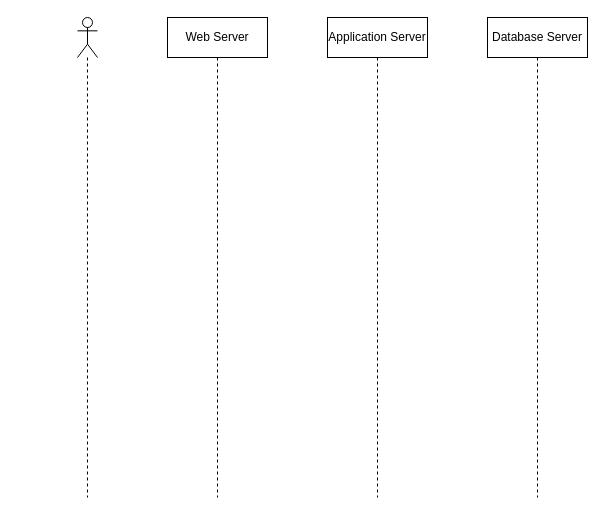
The draw.io diagram page "View Forum" (3 of 4) of user-search-recipe-seq.drawio in mnanwarmz/fyp-diagrams, before the edit. Source tidied: cells renumbered, new cells numbered last; positions are measured from the earlier drawing's top-left corner, leaving out a move shared by most shapes. Both pictures are drawn from the tidied source at 100%, with x=0, y=0 at pixel (77, 17).
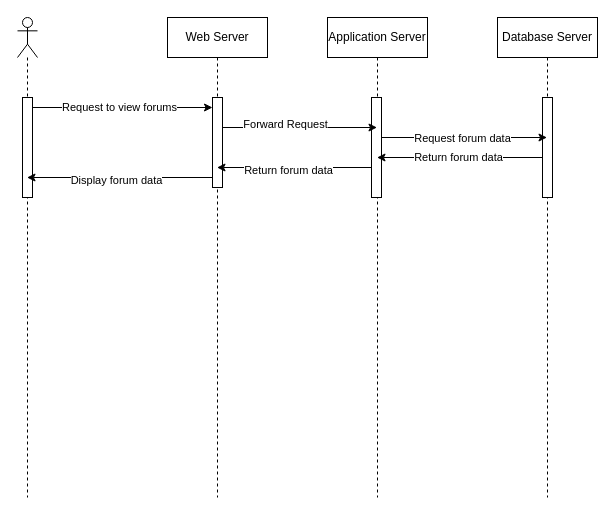
Above is the later version.

The change refers to these unchanged cells:
```xml
<mxCell id="3" value="Web Server" style="shape=umlLifeline;perimeter=lifelinePerimeter;whiteSpace=wrap;html=1;outlineConnect=0;" parent="1" vertex="1">
  <mxGeometry x="90" width="100" height="480" as="geometry" />
</mxCell>
<mxCell id="4" value="Application Server" style="shape=umlLifeline;perimeter=lifelinePerimeter;whiteSpace=wrap;html=1;outlineConnect=0;" parent="1" vertex="1">
  <mxGeometry x="250" width="100" height="480" as="geometry" />
</mxCell>
```

The edit, as a diff of the source:
```diff
@@
-    <mxCell id="2" style="shape=umlLifeline;participant=umlActor;perimeter=lifelinePerimeter;whiteSpace=wrap;html=1;verticalAlign=top;spacingTop=36;" parent="1" vertex="1">
-      <mxGeometry width="20" height="480" as="geometry" />
-    </mxCell>
+    <mxCell id="6" style="shape=umlLifeline;participant=umlActor;perimeter=lifelinePerimeter;whiteSpace=wrap;html=1;verticalAlign=top;spacingTop=36;outlineConnect=0;" parent="1" vertex="1">
+      <mxGeometry x="-60" width="20" height="480" as="geometry" />
+    </mxCell>
+    <mxCell id="7" style="html=1;points=[];perimeter=orthogonalPerimeter;" parent="6" vertex="1">
+      <mxGeometry x="5" y="80" width="10" height="100" as="geometry" />
+    </mxCell>
@@
+    <mxCell id="8" style="html=1;points=[];perimeter=orthogonalPerimeter;" parent="3" vertex="1">
+      <mxGeometry x="45" y="80" width="10" height="90" as="geometry" />
+    </mxCell>
@@
+    <mxCell id="9" style="html=1;points=[];perimeter=orthogonalPerimeter;" parent="4" vertex="1">
+      <mxGeometry x="44" y="80" width="10" height="100" as="geometry" />
+    </mxCell>
     <mxCell id="5" value="Database Server" style="shape=umlLifeline;perimeter=lifelinePerimeter;whiteSpace=wrap;html=1;outlineConnect=0;" parent="1" vertex="1">
-      <mxGeometry x="410" width="100" height="480" as="geometry" />
+      <mxGeometry x="420" width="100" height="480" as="geometry" />
     </mxCell>
+    <mxCell id="10" style="html=1;points=[];perimeter=orthogonalPerimeter;" parent="5" vertex="1">
+      <mxGeometry x="45" y="80" width="10" height="100" as="geometry" />
+    </mxCell>
+    <mxCell id="11" style="edgeStyle=none;html=1;" parent="1" edge="1" source="7" target="8">
+      <mxGeometry relative="1" as="geometry">
+        <Array as="points">
+          <mxPoint x="60" y="90" />
+        </Array>
+      </mxGeometry>
+    </mxCell>
+    <mxCell id="12" value="Request to view forums" style="edgeLabel;html=1;align=center;verticalAlign=middle;" parent="11" vertex="1">
+      <mxGeometry x="-0.05" y="1" relative="1" as="geometry" />
+    </mxCell>
+    <mxCell id="13" style="edgeStyle=none;html=1;" parent="1" edge="1" source="9" target="5">
+      <mxGeometry relative="1" as="geometry">
+        <Array as="points">
+          <mxPoint x="390" y="120" />
+        </Array>
+      </mxGeometry>
+    </mxCell>
+    <mxCell id="14" value="Request forum data" style="edgeLabel;html=1;align=center;verticalAlign=middle;" parent="13" vertex="1">
+      <mxGeometry x="-0.23" y="-1" relative="1" as="geometry">
+        <mxPoint x="16" y="-1" as="offset" />
+      </mxGeometry>
+    </mxCell>
+    <mxCell id="15" style="edgeStyle=none;html=1;" parent="1" edge="1" source="8" target="4">
+      <mxGeometry relative="1" as="geometry">
+        <Array as="points">
+          <mxPoint x="220" y="110" />
+        </Array>
+      </mxGeometry>
+    </mxCell>
+    <mxCell id="16" value="Forward Request" style="edgeLabel;html=1;align=center;verticalAlign=middle;" parent="15" vertex="1">
+      <mxGeometry x="-0.2" y="4" relative="1" as="geometry" />
+    </mxCell>
+    <mxCell id="17" style="edgeStyle=none;html=1;" parent="1" edge="1" source="10" target="4">
+      <mxGeometry relative="1" as="geometry">
+        <Array as="points">
+          <mxPoint x="380" y="140" />
+        </Array>
+      </mxGeometry>
+    </mxCell>
+    <mxCell id="18" value="Return forum data" style="edgeLabel;html=1;align=center;verticalAlign=middle;" parent="17" vertex="1">
+      <mxGeometry x="0.11" y="-1" relative="1" as="geometry">
+        <mxPoint x="7" as="offset" />
+      </mxGeometry>
+    </mxCell>
+    <mxCell id="19" style="edgeStyle=none;html=1;" parent="1" edge="1" source="9" target="3">
+      <mxGeometry relative="1" as="geometry">
+        <Array as="points">
+          <mxPoint x="220" y="150" />
+        </Array>
+      </mxGeometry>
+    </mxCell>
+    <mxCell id="20" value="Return forum data" style="edgeLabel;html=1;align=center;verticalAlign=middle;" parent="19" vertex="1">
+      <mxGeometry x="0.09" y="2" relative="1" as="geometry" />
+    </mxCell>
+    <mxCell id="21" style="edgeStyle=none;html=1;" parent="1" edge="1" source="8" target="6">
+      <mxGeometry relative="1" as="geometry">
+        <Array as="points">
+          <mxPoint x="50" y="160" />
+        </Array>
+      </mxGeometry>
+    </mxCell>
+    <mxCell id="22" value="Display forum data" style="edgeLabel;html=1;align=center;verticalAlign=middle;" parent="21" vertex="1">
+      <mxGeometry x="0.05" y="2" relative="1" as="geometry" />
+    </mxCell>
```
